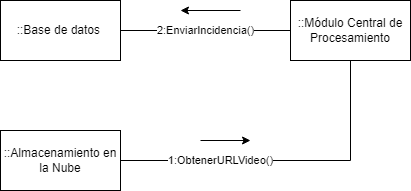
Above: imagenes/DiagramaComunicacionRF1MEB.png in alangamboa97/TT (draw.io), before the change. Source tidied: cells renumbered, new cells last; positions are measured from the earlier drawing's top-left corner, leaving out a move shared by most shapes.
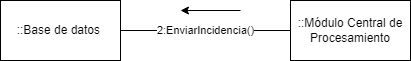
Above is the later version.

Commit message:
diagramas diseno MEB

What changed in the source:
```diff
@@ -2,9 +2,6 @@
   <root>
     <mxCell id="0" />
     <mxCell id="1" parent="0" />
-    <mxCell id="2" value="::Almacenamiento en la Nube" style="rounded=0;whiteSpace=wrap;html=1;" parent="1" vertex="1">
-      <mxGeometry y="130" width="120" height="60" as="geometry" />
-    </mxCell>
     <mxCell id="3" value="::Base de datos&amp;nbsp;" style="rounded=0;whiteSpace=wrap;html=1;" parent="1" vertex="1">
       <mxGeometry width="120" height="60" as="geometry" />
     </mxCell>
@@ -14,15 +11,6 @@
     <mxCell id="5" value="2:EnviarIncidencia()" style="endArrow=none;html=1;rounded=0;entryX=1;entryY=0.5;entryDx=0;entryDy=0;endFill=0;" parent="1" edge="1" source="4" target="3">
       <mxGeometry relative="1" as="geometry" />
     </mxCell>
-    <mxCell id="6" value="1:ObtenerURLVideo()" style="endArrow=none;html=1;rounded=0;exitX=1;exitY=0.5;exitDx=0;exitDy=0;entryX=0.5;entryY=1;entryDx=0;entryDy=0;endFill=0;edgeStyle=orthogonalEdgeStyle;" parent="1" edge="1" source="2" target="4">
-      <mxGeometry x="-0.39" relative="1" as="geometry" />
-    </mxCell>
-    <mxCell id="7" style="endArrow=classic;html=1;rounded=0;" parent="1" edge="1">
-      <mxGeometry relative="1" as="geometry">
-        <mxPoint x="200" y="140" as="sourcePoint" />
-        <mxPoint x="250" y="140" as="targetPoint" />
-      </mxGeometry>
-    </mxCell>
     <mxCell id="8" style="endArrow=classic;html=1;rounded=0;" parent="1" edge="1">
       <mxGeometry relative="1" as="geometry">
         <mxPoint x="240" y="10" as="sourcePoint" />
```
